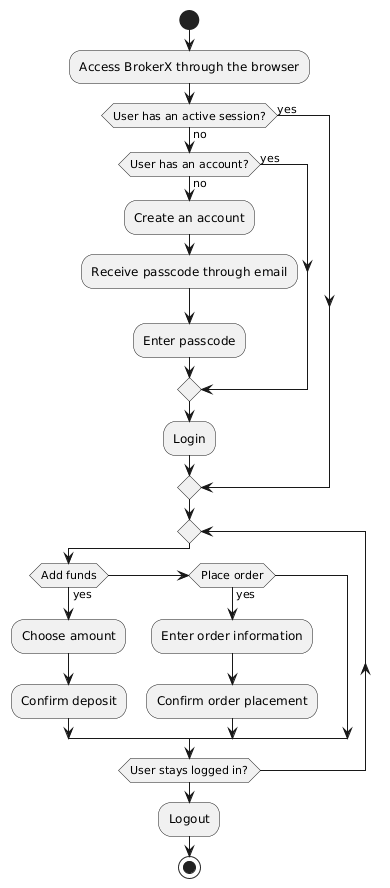
The PlantUML diagram documentation/phase3/images/activity.png in William-Lavoie/BrokerX, before a commit.
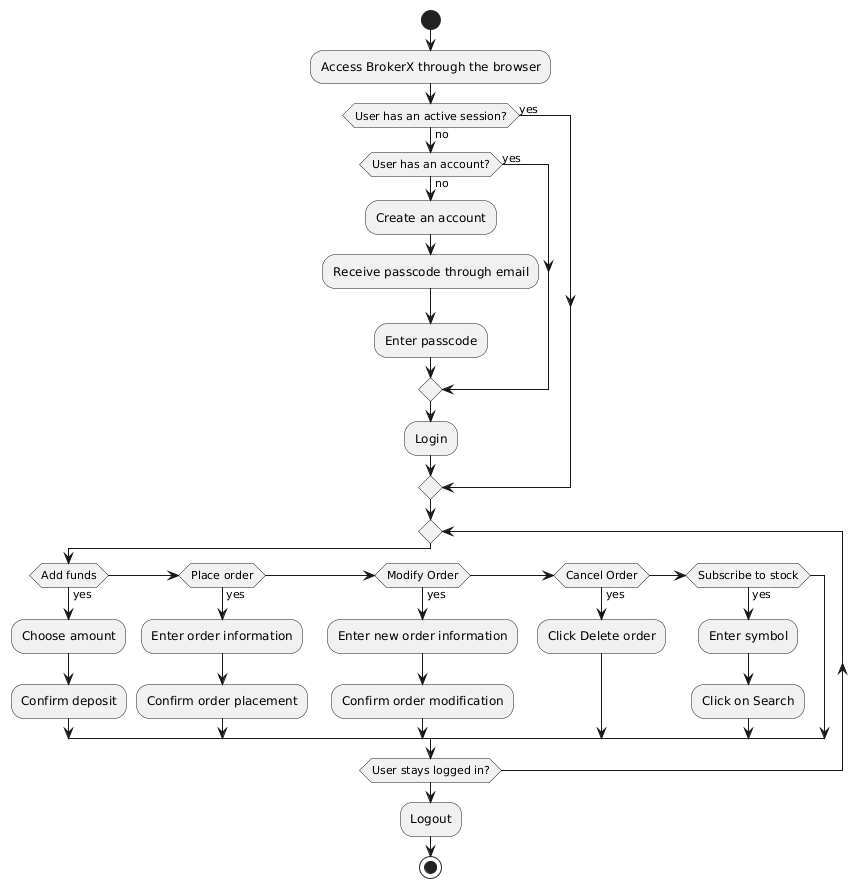
Later version of the same file.

Change to the diagram source:
```diff
@@ -20,8 +20,17 @@
   elseif(Place order) then (yes)
      :Enter order information;
      :Confirm order placement;
+  elseif(Modify Order) then (yes)
+     :Enter new order information;
+     :Confirm order modification;
+  elseif(Cancel Order) then (yes)
+     :Click Delete order;
+  elseif(Subscribe to stock) then (yes)
+     :Enter symbol;
+     :Click on Search;
   endif
 repeat while (User stays logged in?)
+
 :Logout;
 stop
 @enduml
```
